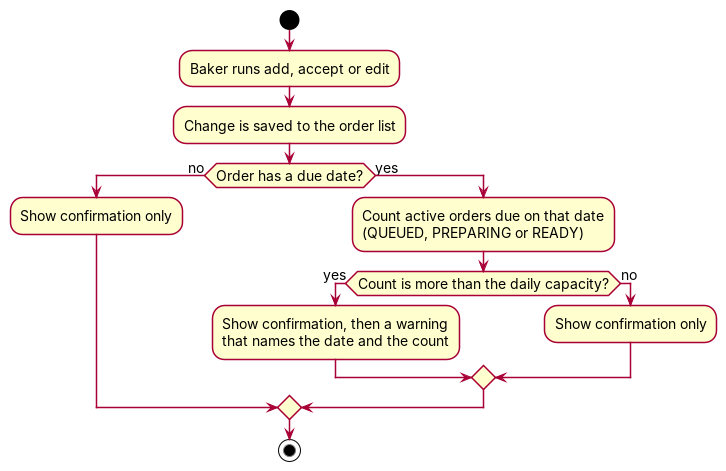
Earlier version of the PlantUML export docs/diagrams/CapacityActivity.png (AY2627S1-CS2113-W12-1/tp). Its source is kept beside it as docs/diagrams/CapacityActivity.puml. The source it was exported from:
```plantuml
@startuml
skinparam shadowing false
skinparam defaultFontSize 14

start
:Baker runs add, accept or edit;
:Change is saved to the order list;
if (Order has a due date?) then (no)
  :Show confirmation only;
else (yes)
  :Count active orders due on that date
  (QUEUED, PREPARING or READY);
  if (Count is more than the daily capacity?) then (yes)
    :Show confirmation, then a warning
    that names the date and the count;
  else (no)
    :Show confirmation only;
  endif
endif
stop
@enduml
```
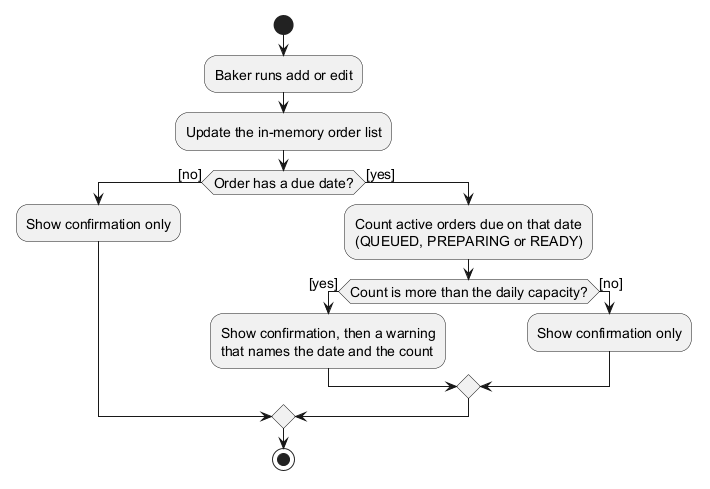
The same file after the commit.

The edit, as a diff of the source:
```diff
@@ -3,17 +3,17 @@
 skinparam defaultFontSize 14
 
 start
-:Baker runs add, accept or edit;
-:Change is saved to the order list;
-if (Order has a due date?) then (no)
+:Baker runs add or edit;
+:Update the in-memory order list;
+if (Order has a due date?) then ([no])
   :Show confirmation only;
-else (yes)
+else ([yes])
   :Count active orders due on that date
   (QUEUED, PREPARING or READY);
-  if (Count is more than the daily capacity?) then (yes)
+  if (Count is more than the daily capacity?) then ([yes])
     :Show confirmation, then a warning
     that names the date and the count;
-  else (no)
+  else ([no])
     :Show confirmation only;
   endif
 endif
```
